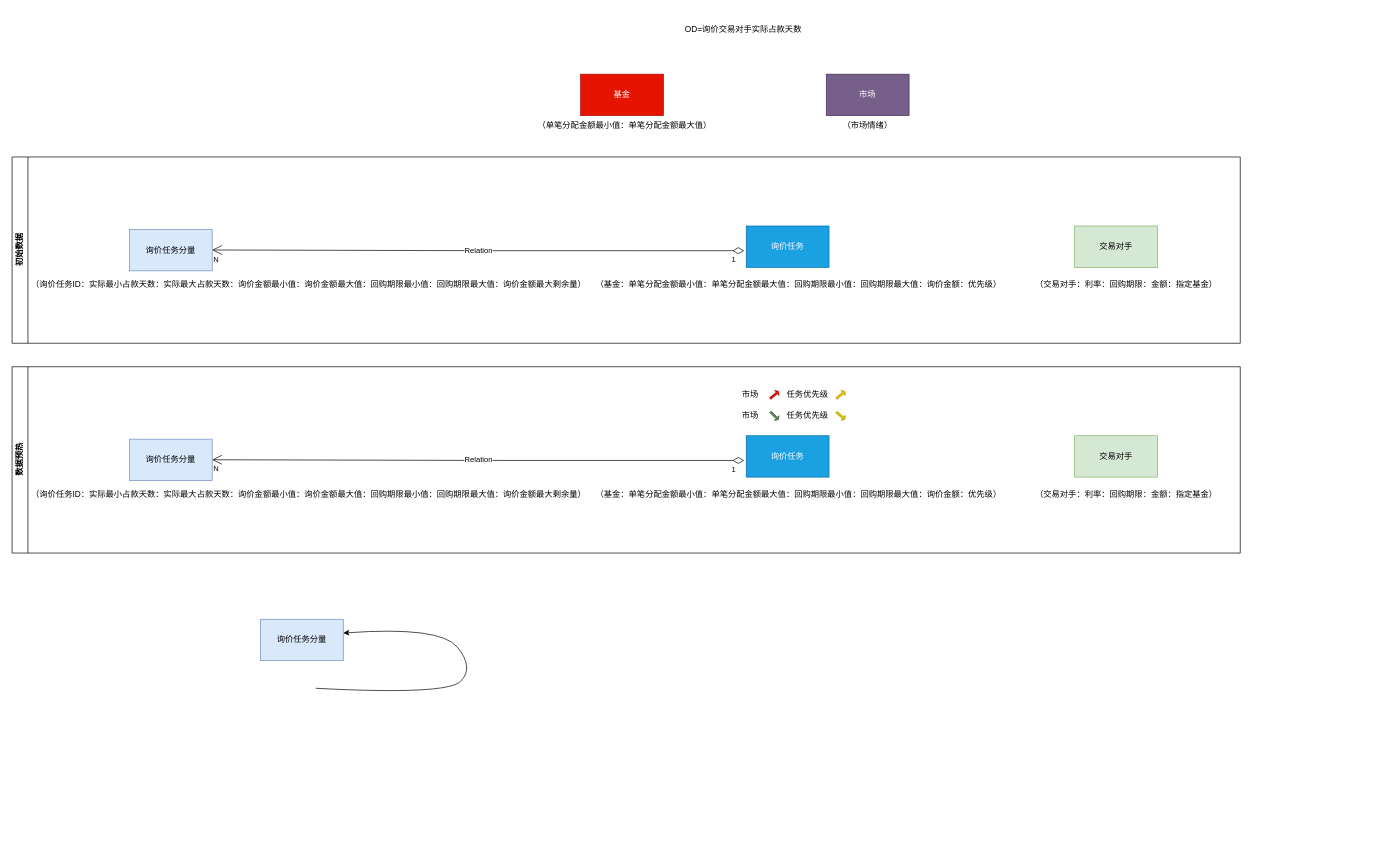
Earlier version of the draw.io diagram drawio/逆回购自动分户.drawio (happinessandlove/Pic). Source tidied: cells renumbered, new cells numbered last; positions are measured from the earlier drawing's top-left corner, leaving out a move shared by most shapes. Both pictures are drawn from the tidied source at 69%, with x=0, y=0 at pixel (12, 19).
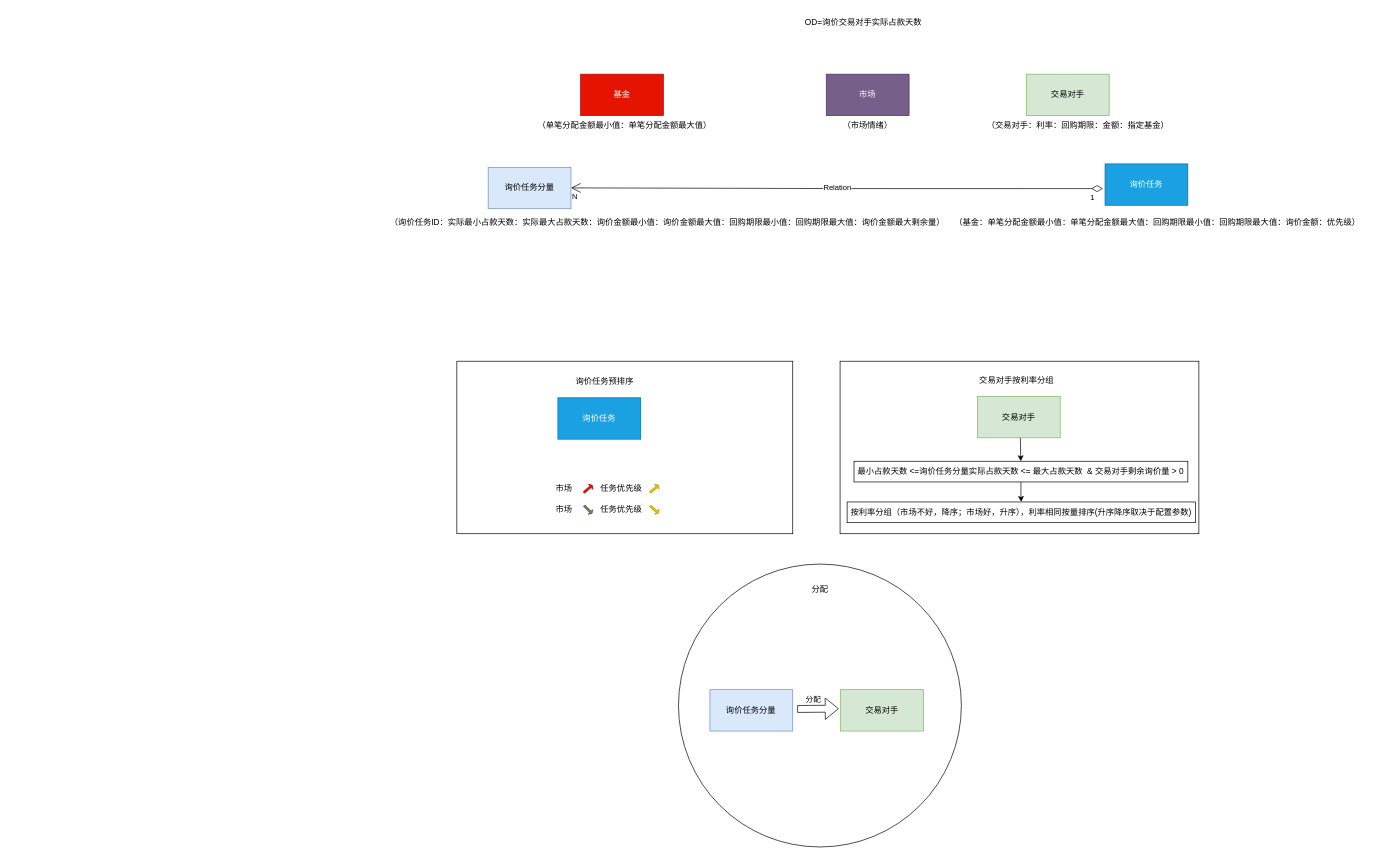
After the change.

Commit message:
更新逆回购自动分户.drawio

The edit, as a diff of the source:
```diff
@@
+    <mxCell id="37" style="rounded=0;whiteSpace=wrap;html=1;fillColor=none;" parent="1" vertex="1">
+      <mxGeometry x="1200" y="496" width="520" height="250" as="geometry" />
+    </mxCell>
+    <mxCell id="38" style="rounded=0;whiteSpace=wrap;html=1;fillColor=none;" parent="1" vertex="1">
+      <mxGeometry x="644.6" y="496" width="486.8" height="250" as="geometry" />
+    </mxCell>
     <mxCell id="2" value="OD=询价交易对手实际占款天数&lt;br&gt;" style="text;html=1;strokeColor=none;fillColor=none;align=center;verticalAlign=middle;whiteSpace=wrap;rounded=0;" parent="1" vertex="1">
-      <mxGeometry x="950" width="220" height="30" as="geometry" />
+      <mxGeometry x="1124" y="-10" width="220" height="30" as="geometry" />
     </mxCell>
-    <mxCell id="3" value="初始数据" style="swimlane;horizontal=0;whiteSpace=wrap;html=1;" parent="1" vertex="1">
-      <mxGeometry y="200" width="1780" height="270" as="geometry" />
-    </mxCell>
-    <mxCell id="4" value="（基金：单笔分配金额最小值：单笔分配金额最大值：回购期限最小值：回购期限最大值：询价金额：优先级）" style="text;html=1;strokeColor=none;fillColor=none;align=center;verticalAlign=middle;whiteSpace=wrap;rounded=0;" parent="3" vertex="1">
-      <mxGeometry x="840" y="170" width="600" height="30" as="geometry" />
-    </mxCell>
+    <mxCell id="13" value="基金" style="rounded=0;whiteSpace=wrap;html=1;fillColor=#e51400;fontColor=#ffffff;strokeColor=#B20000;" parent="1" vertex="1">
+      <mxGeometry x="824" y="80" width="120" height="60" as="geometry" />
+    </mxCell>
+    <mxCell id="14" value="市场" style="rounded=0;whiteSpace=wrap;html=1;fillColor=#76608a;fontColor=#ffffff;strokeColor=#432D57;" parent="1" vertex="1">
+      <mxGeometry x="1180" y="80" width="120" height="60" as="geometry" />
+    </mxCell>
+    <mxCell id="15" value="（市场情绪）" style="text;html=1;strokeColor=none;fillColor=none;align=center;verticalAlign=middle;whiteSpace=wrap;rounded=0;" parent="1" vertex="1">
+      <mxGeometry x="1200" y="140" width="80" height="30" as="geometry" />
+    </mxCell>
+    <mxCell id="16" value="（单笔分配金额最小值：单笔分配金额最大值）" style="text;html=1;strokeColor=none;fillColor=none;align=center;verticalAlign=middle;whiteSpace=wrap;rounded=0;" parent="1" vertex="1">
+      <mxGeometry x="720" y="140" width="336" height="30" as="geometry" />
+    </mxCell>
-    <mxCell id="5" value="交易对手" style="rounded=0;whiteSpace=wrap;html=1;fillColor=#d5e8d4;strokeColor=#82b366;" parent="3" vertex="1">
-      <mxGeometry x="1540" y="100" width="120" height="60" as="geometry" />
+    <mxCell id="5" value="交易对手" style="rounded=0;whiteSpace=wrap;html=1;fillColor=#d5e8d4;strokeColor=#82b366;" parent="1" vertex="1">
+      <mxGeometry x="1470" y="80" width="120" height="60" as="geometry" />
     </mxCell>
-    <mxCell id="6" value="（交易对手：利率：回购期限：金额：指定基金）" style="text;html=1;strokeColor=none;fillColor=none;align=center;verticalAlign=middle;whiteSpace=wrap;rounded=0;" parent="3" vertex="1">
-      <mxGeometry x="1460" y="170" width="310" height="30" as="geometry" />
+    <mxCell id="6" value="（交易对手：利率：回购期限：金额：指定基金）" style="text;html=1;strokeColor=none;fillColor=none;align=center;verticalAlign=middle;whiteSpace=wrap;rounded=0;" parent="1" vertex="1">
+      <mxGeometry x="1390" y="139" width="310" height="30" as="geometry" />
     </mxCell>
-    <mxCell id="7" value="询价任务" style="rounded=0;whiteSpace=wrap;html=1;fillColor=#1ba1e2;strokeColor=#006EAF;fontColor=#ffffff;" parent="3" vertex="1">
-      <mxGeometry x="1064" y="100" width="120" height="60" as="geometry" />
-    </mxCell>
-    <mxCell id="8" value="询价任务分量" style="rounded=0;whiteSpace=wrap;html=1;fillColor=#dae8fc;strokeColor=#6c8ebf;" parent="3" vertex="1">
-      <mxGeometry x="170" y="105" width="120" height="60" as="geometry" />
+    <mxCell id="8" value="询价任务分量" style="rounded=0;whiteSpace=wrap;html=1;fillColor=#dae8fc;strokeColor=#6c8ebf;" parent="1" vertex="1">
+      <mxGeometry x="690" y="215" width="120" height="60" as="geometry" />
     </mxCell>
-    <mxCell id="9" value="Relation" style="endArrow=open;html=1;endSize=12;startArrow=diamondThin;startSize=14;startFill=0;edgeStyle=orthogonalEdgeStyle;rounded=0;entryX=1;entryY=0.5;entryDx=0;entryDy=0;exitX=-0.025;exitY=0.597;exitDx=0;exitDy=0;exitPerimeter=0;" parent="3" edge="1" source="7">
+    <mxCell id="9" value="Relation" style="endArrow=open;html=1;endSize=12;startArrow=diamondThin;startSize=14;startFill=0;edgeStyle=orthogonalEdgeStyle;rounded=0;entryX=1;entryY=0.5;entryDx=0;entryDy=0;exitX=-0.025;exitY=0.597;exitDx=0;exitDy=0;exitPerimeter=0;" parent="1" edge="1" source="7">
       <mxGeometry relative="1" as="geometry">
-        <mxPoint x="290" y="134.8" as="targetPoint" />
+        <mxPoint x="810" y="244.8" as="targetPoint" />
       </mxGeometry>
     </mxCell>
@@
+    <mxCell id="7" value="询价任务" style="rounded=0;whiteSpace=wrap;html=1;fillColor=#1ba1e2;strokeColor=#006EAF;fontColor=#ffffff;" parent="1" vertex="1">
+      <mxGeometry x="1584" y="210" width="120" height="60" as="geometry" />
+    </mxCell>
+    <mxCell id="4" value="（基金：单笔分配金额最小值：单笔分配金额最大值：回购期限最小值：回购期限最大值：询价金额：优先级）" style="text;html=1;strokeColor=none;fillColor=none;align=center;verticalAlign=middle;whiteSpace=wrap;rounded=0;" parent="1" vertex="1">
+      <mxGeometry x="1360" y="280" width="600" height="30" as="geometry" />
+    </mxCell>
-    <mxCell id="12" value="（询价任务ID：实际最小占款天数：实际最大占款天数：询价金额最小值：询价金额最大值：回购期限最小值：回购期限最大值：询价金额最大剩余量）" style="text;html=1;strokeColor=none;fillColor=none;align=center;verticalAlign=middle;whiteSpace=wrap;rounded=0;" parent="3" vertex="1">
-      <mxGeometry x="20" y="170" width="820" height="30" as="geometry" />
+    <mxCell id="12" value="（询价任务ID：实际最小占款天数：实际最大占款天数：询价金额最小值：询价金额最大值：回购期限最小值：回购期限最大值：询价金额最大剩余量）" style="text;html=1;strokeColor=none;fillColor=none;align=center;verticalAlign=middle;whiteSpace=wrap;rounded=0;" parent="1" vertex="1">
+      <mxGeometry x="540" y="280" width="820" height="30" as="geometry" />
     </mxCell>
-    <mxCell id="13" value="基金" style="rounded=0;whiteSpace=wrap;html=1;fillColor=#e51400;fontColor=#ffffff;strokeColor=#B20000;" parent="1" vertex="1">
-      <mxGeometry x="824" y="80" width="120" height="60" as="geometry" />
-    </mxCell>
-    <mxCell id="14" value="市场" style="rounded=0;whiteSpace=wrap;html=1;fillColor=#76608a;fontColor=#ffffff;strokeColor=#432D57;" parent="1" vertex="1">
-      <mxGeometry x="1180" y="80" width="120" height="60" as="geometry" />
-    </mxCell>
-    <mxCell id="15" value="（市场情绪）" style="text;html=1;strokeColor=none;fillColor=none;align=center;verticalAlign=middle;whiteSpace=wrap;rounded=0;" parent="1" vertex="1">
-      <mxGeometry x="1200" y="140" width="80" height="30" as="geometry" />
-    </mxCell>
-    <mxCell id="16" value="（单笔分配金额最小值：单笔分配金额最大值）" style="text;html=1;strokeColor=none;fillColor=none;align=center;verticalAlign=middle;whiteSpace=wrap;rounded=0;" parent="1" vertex="1">
-      <mxGeometry x="720" y="140" width="336" height="30" as="geometry" />
-    </mxCell>
-    <mxCell id="17" value="数据预热" style="swimlane;horizontal=0;whiteSpace=wrap;html=1;" parent="1" vertex="1">
-      <mxGeometry y="504" width="1780" height="270" as="geometry" />
-    </mxCell>
-    <mxCell id="18" value="（基金：单笔分配金额最小值：单笔分配金额最大值：回购期限最小值：回购期限最大值：询价金额：优先级）" style="text;html=1;strokeColor=none;fillColor=none;align=center;verticalAlign=middle;whiteSpace=wrap;rounded=0;" parent="17" vertex="1">
-      <mxGeometry x="840" y="170" width="600" height="30" as="geometry" />
-    </mxCell>
-    <mxCell id="19" value="交易对手" style="rounded=0;whiteSpace=wrap;html=1;fillColor=#d5e8d4;strokeColor=#82b366;" parent="17" vertex="1">
-      <mxGeometry x="1540" y="100" width="120" height="60" as="geometry" />
-    </mxCell>
-    <mxCell id="20" value="（交易对手：利率：回购期限：金额：指定基金）" style="text;html=1;strokeColor=none;fillColor=none;align=center;verticalAlign=middle;whiteSpace=wrap;rounded=0;" parent="17" vertex="1">
-      <mxGeometry x="1460" y="170" width="310" height="30" as="geometry" />
-    </mxCell>
+    <mxCell id="27" value="市场" style="text;html=1;strokeColor=none;fillColor=none;align=center;verticalAlign=middle;whiteSpace=wrap;rounded=0;" parent="1" vertex="1">
+      <mxGeometry x="770" y="666" width="60" height="30" as="geometry" />
+    </mxCell>
+    <mxCell id="31" value="市场" style="text;html=1;strokeColor=none;fillColor=none;align=center;verticalAlign=middle;whiteSpace=wrap;rounded=0;" parent="1" vertex="1">
+      <mxGeometry x="770" y="696" width="60" height="30" as="geometry" />
+    </mxCell>
+    <mxCell id="33" value="任务优先级" style="text;html=1;strokeColor=none;fillColor=none;align=center;verticalAlign=middle;whiteSpace=wrap;rounded=0;" parent="1" vertex="1">
+      <mxGeometry x="840" y="696" width="86" height="30" as="geometry" />
+    </mxCell>
+    <mxCell id="29" value="任务优先级" style="text;html=1;strokeColor=none;fillColor=none;align=center;verticalAlign=middle;whiteSpace=wrap;rounded=0;" parent="1" vertex="1">
+      <mxGeometry x="840" y="666" width="86" height="30" as="geometry" />
+    </mxCell>
+    <mxCell id="32" style="shape=singleArrow;direction=north;whiteSpace=wrap;html=1;rotation=135;fillColor=#6d8764;fontColor=#ffffff;strokeColor=#3A5431;" parent="1" vertex="1">
+      <mxGeometry x="830" y="703" width="9.6" height="16" as="geometry" />
+    </mxCell>
+    <mxCell id="28" style="shape=singleArrow;direction=north;whiteSpace=wrap;html=1;rotation=50;fillColor=#e51400;fontColor=#ffffff;strokeColor=#B20000;" parent="1" vertex="1">
+      <mxGeometry x="830" y="673" width="9.6" height="16" as="geometry" />
+    </mxCell>
+    <mxCell id="30" style="shape=singleArrow;direction=north;whiteSpace=wrap;html=1;rotation=50;fillColor=#e3c800;fontColor=#000000;strokeColor=#B09500;" parent="1" vertex="1">
+      <mxGeometry x="926" y="673" width="9.6" height="16" as="geometry" />
+    </mxCell>
+    <mxCell id="34" style="shape=singleArrow;direction=north;whiteSpace=wrap;html=1;rotation=130;fillColor=#e3c800;fontColor=#000000;strokeColor=#B09500;" parent="1" vertex="1">
+      <mxGeometry x="926" y="703" width="9.6" height="16" as="geometry" />
+    </mxCell>
-    <mxCell id="21" value="询价任务" style="rounded=0;whiteSpace=wrap;html=1;fillColor=#1ba1e2;strokeColor=#006EAF;fontColor=#ffffff;" parent="17" vertex="1">
-      <mxGeometry x="1064" y="100" width="120" height="60" as="geometry" />
+    <mxCell id="21" value="询价任务" style="rounded=0;whiteSpace=wrap;html=1;fillColor=#1ba1e2;strokeColor=#006EAF;fontColor=#ffffff;" parent="1" vertex="1">
+      <mxGeometry x="791" y="549" width="120" height="60" as="geometry" />
     </mxCell>
-    <mxCell id="22" value="询价任务分量" style="rounded=0;whiteSpace=wrap;html=1;fillColor=#dae8fc;strokeColor=#6c8ebf;" parent="17" vertex="1">
-      <mxGeometry x="170" y="105" width="120" height="60" as="geometry" />
-    </mxCell>
-    <mxCell id="23" value="Relation" style="endArrow=open;html=1;endSize=12;startArrow=diamondThin;startSize=14;startFill=0;edgeStyle=orthogonalEdgeStyle;rounded=0;entryX=1;entryY=0.5;entryDx=0;entryDy=0;exitX=-0.025;exitY=0.597;exitDx=0;exitDy=0;exitPerimeter=0;" parent="17" edge="1" source="21">
-      <mxGeometry relative="1" as="geometry">
-        <mxPoint x="290" y="134.8" as="targetPoint" />
-      </mxGeometry>
-    </mxCell>
-    <mxCell id="24" value="1" style="edgeLabel;html=1;align=left;verticalAlign=top;" parent="23" vertex="1">
-      <mxGeometry x="-1" relative="1" as="geometry">
-        <mxPoint x="-20" as="offset" />
-      </mxGeometry>
-    </mxCell>
-    <mxCell id="25" value="N" style="edgeLabel;html=1;align=right;verticalAlign=top;" parent="23" vertex="1">
-      <mxGeometry x="1" relative="1" as="geometry">
-        <mxPoint x="10" as="offset" />
-      </mxGeometry>
-    </mxCell>
-    <mxCell id="26" value="（询价任务ID：实际最小占款天数：实际最大占款天数：询价金额最小值：询价金额最大值：回购期限最小值：回购期限最大值：询价金额最大剩余量）" style="text;html=1;strokeColor=none;fillColor=none;align=center;verticalAlign=middle;whiteSpace=wrap;rounded=0;" parent="17" vertex="1">
-      <mxGeometry x="20" y="170" width="820" height="30" as="geometry" />
-    </mxCell>
-    <mxCell id="27" value="市场" style="text;html=1;strokeColor=none;fillColor=none;align=center;verticalAlign=middle;whiteSpace=wrap;rounded=0;" parent="17" vertex="1">
-      <mxGeometry x="1040" y="26" width="60" height="30" as="geometry" />
-    </mxCell>
-    <mxCell id="28" style="shape=singleArrow;direction=north;whiteSpace=wrap;html=1;rotation=50;fillColor=#e51400;fontColor=#ffffff;strokeColor=#B20000;" parent="17" vertex="1">
-      <mxGeometry x="1100" y="33" width="9.6" height="16" as="geometry" />
-    </mxCell>
-    <mxCell id="29" value="任务优先级" style="text;html=1;strokeColor=none;fillColor=none;align=center;verticalAlign=middle;whiteSpace=wrap;rounded=0;" parent="17" vertex="1">
-      <mxGeometry x="1110" y="26" width="86" height="30" as="geometry" />
-    </mxCell>
-    <mxCell id="30" style="shape=singleArrow;direction=north;whiteSpace=wrap;html=1;rotation=50;fillColor=#e3c800;fontColor=#000000;strokeColor=#B09500;" parent="17" vertex="1">
-      <mxGeometry x="1196" y="33" width="9.6" height="16" as="geometry" />
-    </mxCell>
-    <mxCell id="31" value="市场" style="text;html=1;strokeColor=none;fillColor=none;align=center;verticalAlign=middle;whiteSpace=wrap;rounded=0;" parent="17" vertex="1">
-      <mxGeometry x="1040" y="56" width="60" height="30" as="geometry" />
-    </mxCell>
-    <mxCell id="32" style="shape=singleArrow;direction=north;whiteSpace=wrap;html=1;rotation=135;fillColor=#6d8764;fontColor=#ffffff;strokeColor=#3A5431;" parent="17" vertex="1">
-      <mxGeometry x="1100" y="63" width="9.6" height="16" as="geometry" />
-    </mxCell>
-    <mxCell id="33" value="任务优先级" style="text;html=1;strokeColor=none;fillColor=none;align=center;verticalAlign=middle;whiteSpace=wrap;rounded=0;" parent="17" vertex="1">
-      <mxGeometry x="1110" y="56" width="86" height="30" as="geometry" />
-    </mxCell>
-    <mxCell id="34" style="shape=singleArrow;direction=north;whiteSpace=wrap;html=1;rotation=130;fillColor=#e3c800;fontColor=#000000;strokeColor=#B09500;" parent="17" vertex="1">
-      <mxGeometry x="1196" y="63" width="9.6" height="16" as="geometry" />
-    </mxCell>
-    <mxCell id="35" value="询价任务分量" style="rounded=0;whiteSpace=wrap;html=1;fillColor=#dae8fc;strokeColor=#6c8ebf;" parent="1" vertex="1">
-      <mxGeometry x="360" y="870" width="120" height="60" as="geometry" />
-    </mxCell>
-    <mxCell id="36" style="curved=1;endArrow=classic;html=1;rounded=0;entryX=1;entryY=0.5;entryDx=0;entryDy=0;" parent="1" edge="1">
-      <mxGeometry relative="1" as="geometry">
-        <mxPoint x="440" y="970" as="sourcePoint" />
-        <mxPoint x="480" y="890" as="targetPoint" />
-        <Array as="points">
-          <mxPoint x="630" y="980" />
-          <mxPoint x="670" y="940" />
-          <mxPoint x="620" y="880" />
-        </Array>
-      </mxGeometry>
-    </mxCell>
+    <mxCell id="39" value="询价任务预排序" style="text;html=1;strokeColor=none;fillColor=none;align=center;verticalAlign=middle;whiteSpace=wrap;rounded=0;" parent="1" vertex="1">
+      <mxGeometry x="810" y="510" width="98" height="30" as="geometry" />
+    </mxCell>
+    <mxCell id="40" style="endArrow=classic;html=1;rounded=0;exitX=0.5;exitY=1;exitDx=0;exitDy=0;" parent="1" edge="1" target="42">
+      <mxGeometry relative="1" as="geometry">
+        <mxPoint x="1461" y="586" as="sourcePoint" />
+      </mxGeometry>
+    </mxCell>
+    <mxCell id="41" style="edgeStyle=orthogonalEdgeStyle;rounded=0;jettySize=auto;html=1;" parent="1" edge="1" source="42" target="44">
+      <mxGeometry relative="1" as="geometry" />
+    </mxCell>
+    <mxCell id="42" value="最小占款天数 &amp;lt;=询价任务分量实际占款天数 &amp;lt;= 最大占款天数&amp;nbsp; &amp;amp; 交易对手剩余询价量 &amp;gt; 0" style="rounded=0;whiteSpace=wrap;html=1;" parent="1" vertex="1">
+      <mxGeometry x="1220.2" y="641" width="483.8" height="30" as="geometry" />
+    </mxCell>
+    <mxCell id="43" value="交易对手" style="rounded=0;whiteSpace=wrap;html=1;fillColor=#d5e8d4;strokeColor=#82b366;" parent="1" vertex="1">
+      <mxGeometry x="1399" y="547" width="120" height="60" as="geometry" />
+    </mxCell>
+    <mxCell id="44" value="按利率分组（市场不好，降序；市场好，升序），利率相同按量排序(升序降序取决于配置参数)" style="rounded=0;whiteSpace=wrap;html=1;" parent="1" vertex="1">
+      <mxGeometry x="1210.2" y="700" width="504.8" height="30" as="geometry" />
+    </mxCell>
+    <mxCell id="45" value="交易对手按利率分组" style="text;html=1;strokeColor=none;fillColor=none;align=center;verticalAlign=middle;whiteSpace=wrap;rounded=0;" parent="1" vertex="1">
+      <mxGeometry x="1400.6" y="509" width="110" height="30" as="geometry" />
+    </mxCell>
+    <mxCell id="46" style="ellipse;whiteSpace=wrap;html=1;" parent="1" vertex="1">
+      <mxGeometry x="965.8" y="790" width="410" height="410" as="geometry" />
+    </mxCell>
+    <mxCell id="47" value="分配" style="text;html=1;strokeColor=none;fillColor=none;align=center;verticalAlign=middle;whiteSpace=wrap;rounded=0;" parent="1" vertex="1">
+      <mxGeometry x="1140.8" y="812" width="60" height="30" as="geometry" />
+    </mxCell>
+    <mxCell id="48" value="询价任务分量" style="rounded=0;whiteSpace=wrap;html=1;fillColor=#dae8fc;strokeColor=#6c8ebf;" parent="1" vertex="1">
+      <mxGeometry x="1011.4" y="972" width="120" height="60" as="geometry" />
+    </mxCell>
+    <mxCell id="49" value="交易对手" style="rounded=0;whiteSpace=wrap;html=1;fillColor=#d5e8d4;strokeColor=#82b366;" parent="1" vertex="1">
+      <mxGeometry x="1200.8" y="972" width="120" height="60" as="geometry" />
+    </mxCell>
+    <mxCell id="50" style="shape=flexArrow;endArrow=classic;html=1;rounded=0;entryX=0;entryY=0.75;entryDx=0;entryDy=0;" parent="1" edge="1">
+      <mxGeometry relative="1" as="geometry">
+        <mxPoint x="1138" y="1000" as="sourcePoint" />
+        <mxPoint x="1198" y="999.5" as="targetPoint" />
+      </mxGeometry>
+    </mxCell>
+    <mxCell id="51" value="分配" style="edgeLabel;html=1;align=center;verticalAlign=middle;" parent="50" vertex="1">
+      <mxGeometry x="0.47" y="-3" relative="1" as="geometry">
+        <mxPoint x="-22" y="-17" as="offset" />
+      </mxGeometry>
+    </mxCell>
```
